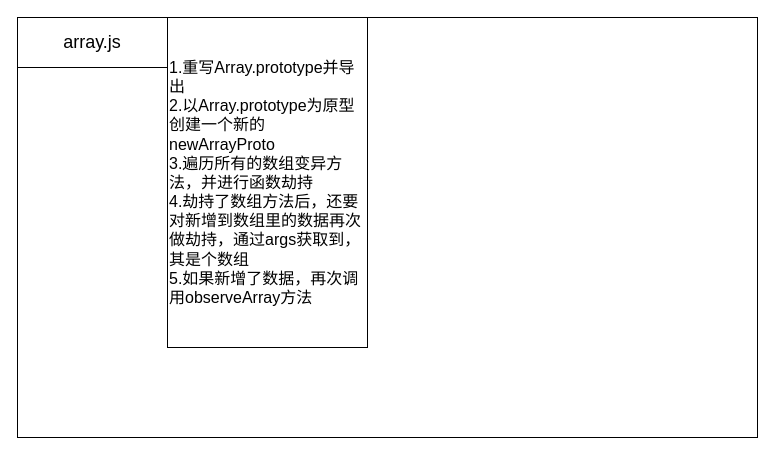
Before: page "observe/array.js" (5 of 5) of vue2.drawio in Saiable/drawio, a draw.io diagram. Source tidied: cells renumbered, new cells numbered last; positions are measured from the earlier drawing's top-left corner, leaving out a move shared by most shapes. Both pictures are drawn from the tidied source at 100%, with x=0, y=0 at pixel (17, 17).
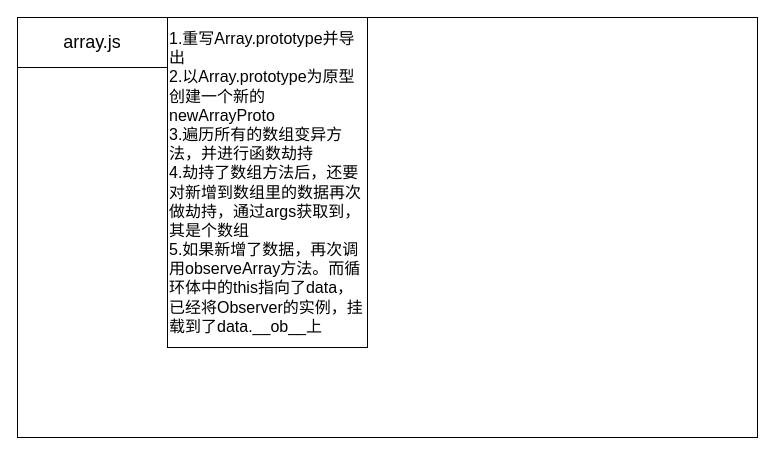
The same diagram, later.

The edit, as a diff of the source:
```diff
@@
 <mxGraphModel>
   <root>
     <mxCell id="0" />
     <mxCell id="1" parent="0" />
     <mxCell id="2" style="rounded=0;whiteSpace=wrap;html=1;fontSize=18;" parent="1" vertex="1">
       <mxGeometry width="740" height="420" as="geometry" />
     </mxCell>
     <mxCell id="3" value="&lt;font style=&quot;font-size: 18px;&quot;&gt;array.js&lt;/font&gt;" style="rounded=0;whiteSpace=wrap;html=1;strokeColor=default;fontFamily=Helvetica;fontSize=16;fontColor=default;fillColor=default;align=center;" parent="1" vertex="1">
       <mxGeometry width="150" height="50" as="geometry" />
     </mxCell>
-    <mxCell id="4" value="&lt;font style=&quot;border-color: var(--border-color);&quot;&gt;1.重写Array.prototype并导出&lt;br&gt;2.以Array.prototype为原型创建一个新的newArrayProto&lt;br&gt;3.遍历所有的数组变异方法，并进行函数劫持&lt;br&gt;4.劫持了数组方法后，还要对新增到数组里的数据再次做劫持，通过args获取到，其是个数组&lt;br&gt;5.如果新增了数据，再次调用observeArray方法&lt;br&gt;&lt;/font&gt;" style="rounded=0;whiteSpace=wrap;html=1;strokeColor=default;fontFamily=Helvetica;fontSize=16;fontColor=default;fillColor=default;align=left;" parent="1" vertex="1">
+    <mxCell id="4" value="&lt;font style=&quot;border-color: var(--border-color);&quot;&gt;1.重写Array.prototype并导出&lt;br&gt;2.以Array.prototype为原型创建一个新的newArrayProto&lt;br&gt;3.遍历所有的数组变异方法，并进行函数劫持&lt;br&gt;4.劫持了数组方法后，还要对新增到数组里的数据再次做劫持，通过args获取到，其是个数组&lt;br&gt;5.如果新增了数据，再次调用observeArray方法。而循环体中的this指向了data，已经将Observer的实例，挂载到了data.__ob__上&lt;br&gt;&lt;/font&gt;" style="rounded=0;whiteSpace=wrap;html=1;strokeColor=default;fontFamily=Helvetica;fontSize=16;fontColor=default;fillColor=default;align=left;" parent="1" vertex="1">
       <mxGeometry x="150" width="200" height="330" as="geometry" />
     </mxCell>
   </root>
 </mxGraphModel>
```
